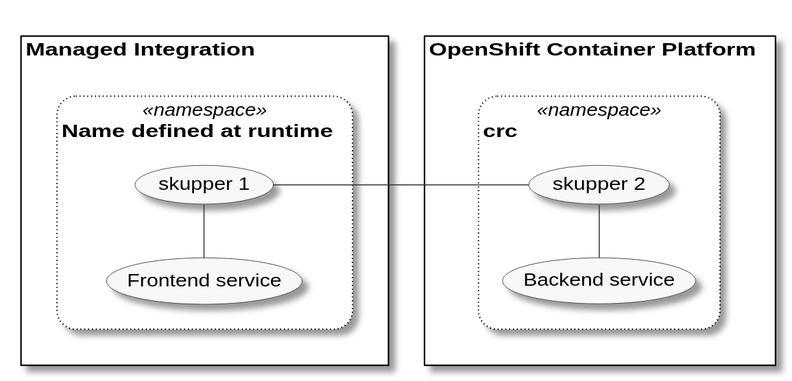
Before: docs/skupper/ocp/_images/Overview.svg, a diagram exported from PlantUML (pwright/skupper-solution-pattern).
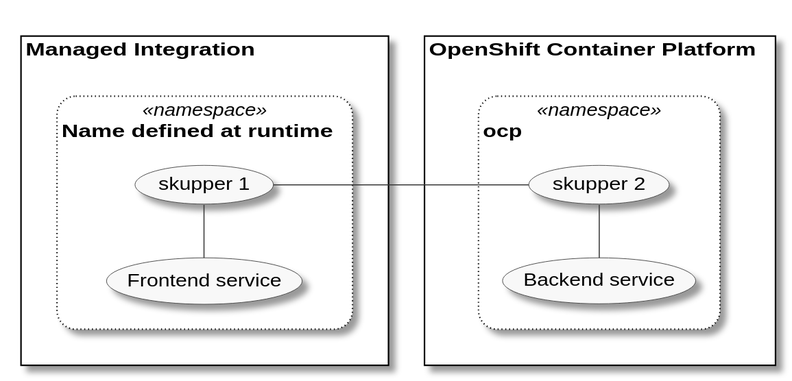
After the commit.

Change to the diagram source:
```diff
@@ -22,7 +22,7 @@
     }
 }
 rectangle "OpenShift Container Platform" {
-  rectangle "crc" <<namespace>>{
+  rectangle "ocp" <<namespace>>{
 
   (Backend service)
   (skupper 2)
```
